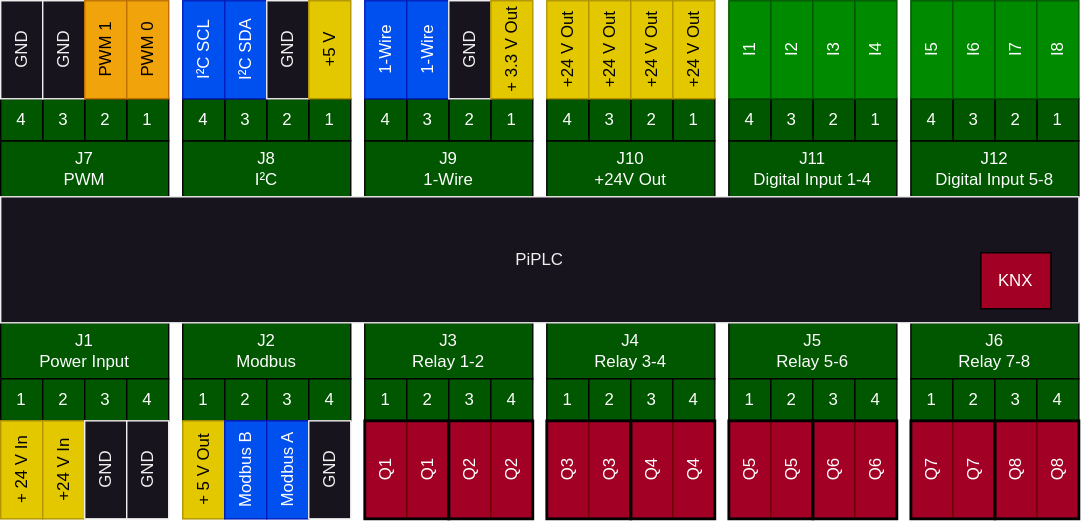
Earlier version of the draw.io export doc/PiPLC_Pinout.drawio.svg (Chrismettal/PiPLC). Source tidied: cells renumbered, new cells last; positions are measured from the earlier drawing's top-left corner, leaving out a move shared by most shapes.
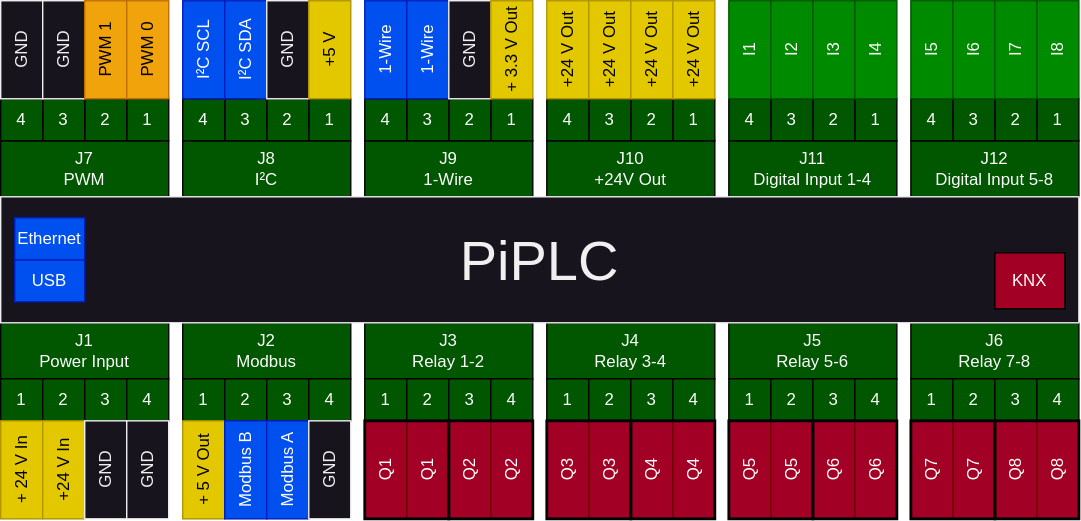
After the commit.

Change to the diagram source:
```diff
@@ -185,7 +185,7 @@
     <mxCell id="62" value="4" style="rounded=0;whiteSpace=wrap;html=1;fillColor=#005700;fontColor=#ffffff;strokeColor=#000300;" parent="1" vertex="1">
       <mxGeometry x="740" y="270" width="30" height="30" as="geometry" />
     </mxCell>
-    <mxCell id="63" value="PiPLC" style="rounded=0;whiteSpace=wrap;html=1;" parent="1" vertex="1">
+    <mxCell id="63" value="PiPLC" style="rounded=0;whiteSpace=wrap;html=1;fontSize=40;" parent="1" vertex="1">
       <mxGeometry y="140" width="770" height="90" as="geometry" />
     </mxCell>
     <mxCell id="64" value="+ 24 V In" style="rounded=0;whiteSpace=wrap;html=1;horizontal=0;fillColor=#e3c800;fontColor=#000000;strokeColor=#B09500;" parent="1" vertex="1">
@@ -357,7 +357,13 @@
       <mxGeometry x="710" y="300" width="60" height="70" as="geometry" />
     </mxCell>
     <mxCell id="120" value="KNX" style="rounded=0;whiteSpace=wrap;html=1;fillColor=#a20025;fontColor=#ffffff;strokeColor=#000000;" parent="1" vertex="1">
-      <mxGeometry x="700" y="180" width="50" height="40" as="geometry" />
+      <mxGeometry x="710" y="180" width="50" height="40" as="geometry" />
     </mxCell>
+    <mxCell id="121" value="USB" style="rounded=0;whiteSpace=wrap;html=1;fillColor=#0050ef;fontColor=#ffffff;strokeColor=#001DBC;" parent="1" vertex="1">
+      <mxGeometry x="10" y="185" width="50" height="30" as="geometry" />
+    </mxCell>
+    <mxCell id="122" value="Ethernet" style="rounded=0;whiteSpace=wrap;html=1;fillColor=#0050ef;fontColor=#ffffff;strokeColor=#001DBC;" parent="1" vertex="1">
+      <mxGeometry x="10" y="155" width="50" height="30" as="geometry" />
+    </mxCell>
   </root>
 </mxGraphModel>
```
